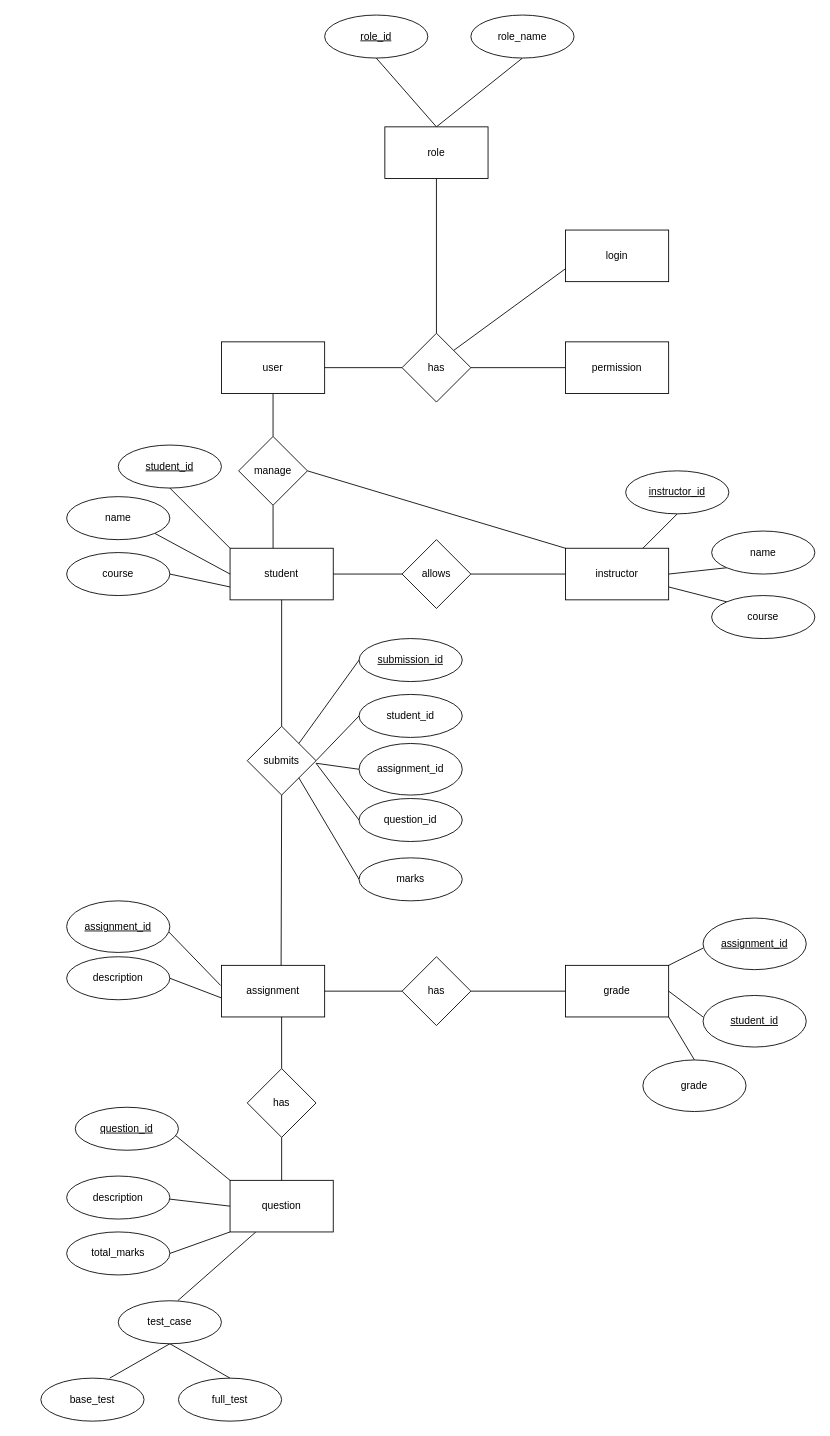
code-grade/documents keeps this draw.io diagram as ER Diagram/ER Diagram.drawio. Above is the earlier version. Source tidied: cells renumbered, new cells numbered last; positions are measured from the earlier drawing's top-left corner, leaving out a move shared by most shapes. Both pictures are drawn from the tidied source at 86%, with x=0, y=0 at pixel (40, 15).
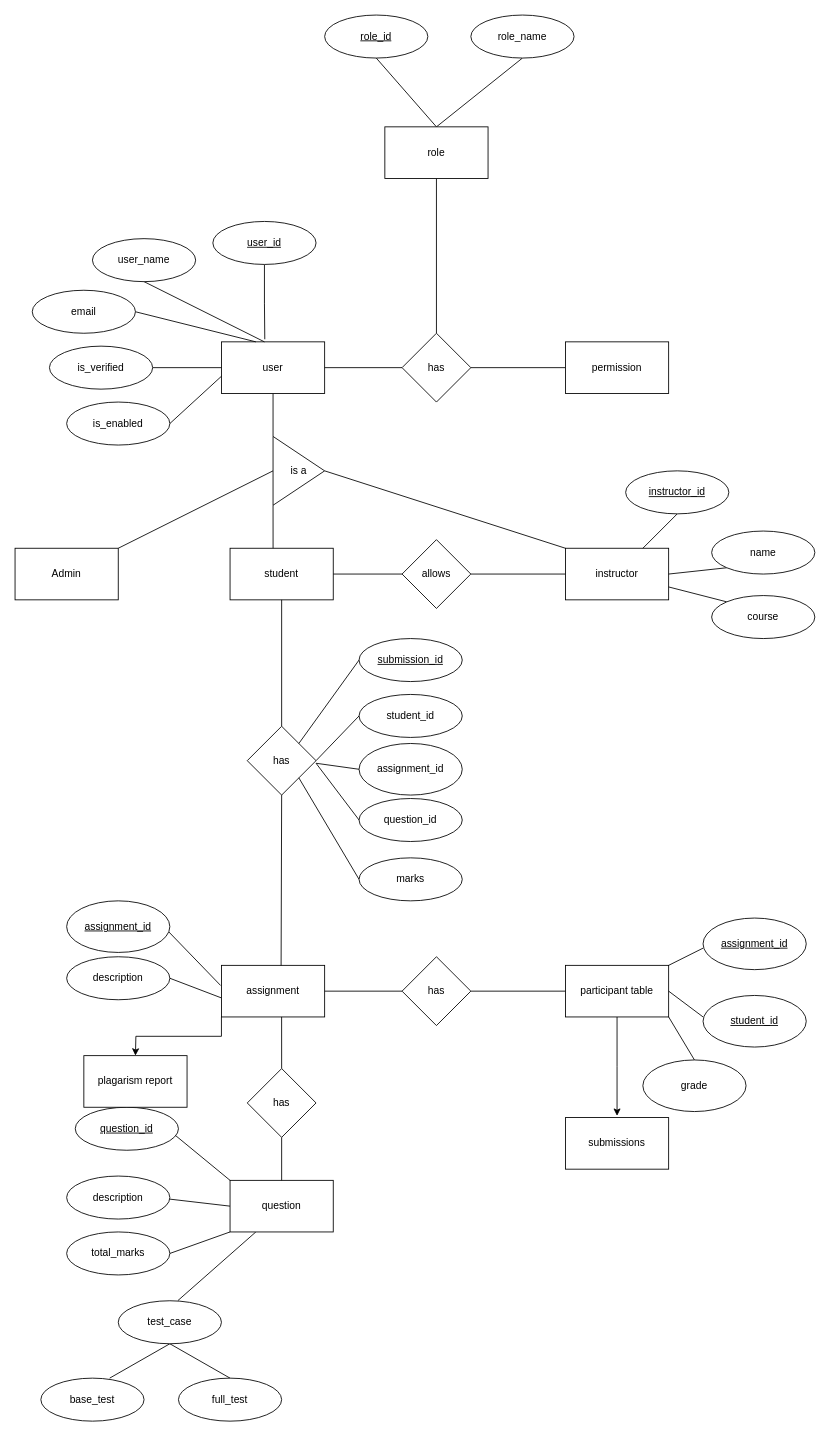
The same diagram, later.

The change refers to these unchanged cells:
```xml
<mxCell id="2" value="student" style="rounded=0;whiteSpace=wrap;html=1;" parent="1" vertex="1">
  <mxGeometry x="220" y="620" width="120" height="60" as="geometry" />
</mxCell>
<mxCell id="9" value="assignment" style="rounded=0;whiteSpace=wrap;html=1;" parent="1" vertex="1">
  <mxGeometry x="210" y="1105" width="120" height="60" as="geometry" />
</mxCell>
<mxCell id="10" value="instructor" style="rounded=0;whiteSpace=wrap;html=1;" parent="1" vertex="1">
  <mxGeometry x="610" y="620" width="120" height="60" as="geometry" />
</mxCell>
<mxCell id="52" value="user" style="rounded=0;whiteSpace=wrap;html=1;" parent="1" vertex="1">
  <mxGeometry x="210" y="380" width="120" height="60" as="geometry" />
</mxCell>
<mxCell id="60" value="has" style="rhombus;whiteSpace=wrap;html=1;" parent="1" vertex="1">
  <mxGeometry x="420" y="370" width="80" height="80" as="geometry" />
</mxCell>
```

Change to the diagram source:
```diff
@@
+    <mxCell id="80" style="edgeStyle=orthogonalEdgeStyle;rounded=0;jettySize=auto;html=1;exitX=0.5;exitY=1;exitDx=0;exitDy=0;" parent="1" edge="1" source="3">
+      <mxGeometry relative="1" as="geometry">
+        <mxPoint x="670" y="1280" as="targetPoint" />
+      </mxGeometry>
+    </mxCell>
-    <mxCell id="3" value="grade" style="rounded=0;whiteSpace=wrap;html=1;" parent="1" vertex="1">
+    <mxCell id="3" value="participant table" style="rounded=0;whiteSpace=wrap;html=1;" parent="1" vertex="1">
       <mxGeometry x="610" y="1105" width="120" height="60" as="geometry" />
     </mxCell>
@@
+    <mxCell id="81" style="edgeStyle=orthogonalEdgeStyle;rounded=0;jettySize=auto;html=1;exitX=0;exitY=1;exitDx=0;exitDy=0;" parent="1" edge="1" source="9">
+      <mxGeometry relative="1" as="geometry">
+        <mxPoint x="110" y="1210" as="targetPoint" />
+      </mxGeometry>
+    </mxCell>
@@
-    <mxCell id="11" style="rounded=0;jettySize=auto;html=1;exitX=0.5;exitY=1;exitDx=0;exitDy=0;entryX=0;entryY=0;entryDx=0;entryDy=0;endArrow=none;endFill=0;" parent="1" edge="1" source="12" target="2">
-      <mxGeometry relative="1" as="geometry" />
-    </mxCell>
-    <mxCell id="12" value="&lt;u&gt;student_id&lt;/u&gt;" style="ellipse;whiteSpace=wrap;html=1;" parent="1" vertex="1">
-      <mxGeometry x="90" y="500" width="120" height="50" as="geometry" />
-    </mxCell>
-    <mxCell id="13" style="rounded=0;jettySize=auto;html=1;exitX=1;exitY=1;exitDx=0;exitDy=0;entryX=0;entryY=0.5;entryDx=0;entryDy=0;endArrow=none;endFill=0;" parent="1" edge="1" source="14" target="2">
-      <mxGeometry relative="1" as="geometry" />
-    </mxCell>
-    <mxCell id="14" value="name" style="ellipse;whiteSpace=wrap;html=1;" parent="1" vertex="1">
-      <mxGeometry x="30" y="560" width="120" height="50" as="geometry" />
-    </mxCell>
-    <mxCell id="15" style="rounded=0;jettySize=auto;html=1;exitX=1;exitY=0.5;exitDx=0;exitDy=0;entryX=0;entryY=0.75;entryDx=0;entryDy=0;endArrow=none;endFill=0;" parent="1" edge="1" source="16" target="2">
-      <mxGeometry relative="1" as="geometry" />
-    </mxCell>
-    <mxCell id="16" value="course" style="ellipse;whiteSpace=wrap;html=1;" parent="1" vertex="1">
-      <mxGeometry x="30" y="625" width="120" height="50" as="geometry" />
-    </mxCell>
@@
-    <mxCell id="28" value="submits" style="rhombus;whiteSpace=wrap;html=1;" parent="1" vertex="1">
+    <mxCell id="28" value="has" style="rhombus;whiteSpace=wrap;html=1;" parent="1" vertex="1">
       <mxGeometry x="240" y="827" width="80" height="80" as="geometry" />
     </mxCell>
@@
-    <mxCell id="51" style="edgeStyle=none;rounded=0;jettySize=auto;html=1;exitX=0.5;exitY=1;exitDx=0;exitDy=0;entryX=0.5;entryY=0;entryDx=0;entryDy=0;endArrow=none;endFill=0;" parent="1" edge="1" source="52" target="55">
-      <mxGeometry relative="1" as="geometry" />
+    <mxCell id="51" style="edgeStyle=none;rounded=0;jettySize=auto;html=1;exitX=0.5;exitY=1;exitDx=0;exitDy=0;entryX=0.5;entryY=0;entryDx=0;entryDy=0;endArrow=none;endFill=0;" parent="1" edge="1" source="52">
+      <mxGeometry relative="1" as="geometry">
+        <mxPoint x="270" y="490" as="targetPoint" />
+      </mxGeometry>
     </mxCell>
@@
-    <mxCell id="53" style="edgeStyle=none;rounded=0;jettySize=auto;html=1;exitX=0.5;exitY=1;exitDx=0;exitDy=0;entryX=0.417;entryY=0;entryDx=0;entryDy=0;entryPerimeter=0;endArrow=none;endFill=0;" parent="1" edge="1" source="55" target="2">
-      <mxGeometry relative="1" as="geometry" />
+    <mxCell id="53" style="edgeStyle=none;rounded=0;jettySize=auto;html=1;exitX=0.5;exitY=1;exitDx=0;exitDy=0;entryX=0.417;entryY=0;entryDx=0;entryDy=0;entryPerimeter=0;endArrow=none;endFill=0;" parent="1" edge="1" target="2">
+      <mxGeometry relative="1" as="geometry">
+        <mxPoint x="270" y="570" as="sourcePoint" />
+      </mxGeometry>
     </mxCell>
-    <mxCell id="54" style="edgeStyle=none;rounded=0;jettySize=auto;html=1;exitX=1;exitY=0.5;exitDx=0;exitDy=0;entryX=0;entryY=0;entryDx=0;entryDy=0;endArrow=none;endFill=0;" parent="1" edge="1" source="55" target="10">
+    <mxCell id="54" style="edgeStyle=none;rounded=0;jettySize=auto;html=1;exitX=1;exitY=0.5;exitDx=0;exitDy=0;entryX=0;entryY=0;entryDx=0;entryDy=0;endArrow=none;endFill=0;" parent="1" edge="1" source="95" target="10">
       <mxGeometry relative="1" as="geometry" />
     </mxCell>
-    <mxCell id="55" value="manage" style="rhombus;whiteSpace=wrap;html=1;" parent="1" vertex="1">
-      <mxGeometry x="230" y="490" width="80" height="80" as="geometry" />
-    </mxCell>
@@
-    <mxCell id="59" style="edgeStyle=none;rounded=0;jettySize=auto;html=1;exitX=1;exitY=0;exitDx=0;exitDy=0;entryX=0;entryY=0.75;entryDx=0;entryDy=0;endArrow=none;endFill=0;" parent="1" edge="1" source="60" target="65">
-      <mxGeometry relative="1" as="geometry" />
-    </mxCell>
@@
-    <mxCell id="65" value="login" style="rounded=0;whiteSpace=wrap;html=1;" parent="1" vertex="1">
-      <mxGeometry x="610" y="250" width="120" height="60" as="geometry" />
-    </mxCell>
@@
+    <mxCell id="82" value="plagarism report" style="rounded=0;whiteSpace=wrap;html=1;" parent="1" vertex="1">
+      <mxGeometry x="50" y="1210" width="120" height="60" as="geometry" />
+    </mxCell>
+    <mxCell id="83" value="submissions" style="rounded=0;whiteSpace=wrap;html=1;" parent="1" vertex="1">
+      <mxGeometry x="610" y="1282" width="120" height="60" as="geometry" />
+    </mxCell>
+    <mxCell id="84" style="edgeStyle=orthogonalEdgeStyle;rounded=0;jettySize=auto;html=1;exitX=0.5;exitY=1;exitDx=0;exitDy=0;entryX=0.42;entryY=-0.05;entryDx=0;entryDy=0;entryPerimeter=0;endArrow=none;endFill=0;" parent="1" edge="1" source="85" target="52">
+      <mxGeometry relative="1" as="geometry" />
+    </mxCell>
+    <mxCell id="85" value="&lt;u&gt;user_id&lt;/u&gt;" style="ellipse;whiteSpace=wrap;html=1;" parent="1" vertex="1">
+      <mxGeometry x="200" y="240" width="120" height="50" as="geometry" />
+    </mxCell>
+    <mxCell id="86" style="rounded=0;jettySize=auto;html=1;exitX=0.5;exitY=1;exitDx=0;exitDy=0;endArrow=none;endFill=0;" parent="1" edge="1" source="87">
+      <mxGeometry relative="1" as="geometry">
+        <mxPoint x="260" y="380" as="targetPoint" />
+      </mxGeometry>
+    </mxCell>
+    <mxCell id="87" value="user_name" style="ellipse;whiteSpace=wrap;html=1;" parent="1" vertex="1">
+      <mxGeometry x="60" y="260" width="120" height="50" as="geometry" />
+    </mxCell>
+    <mxCell id="88" style="edgeStyle=none;rounded=0;jettySize=auto;html=1;exitX=1;exitY=0.5;exitDx=0;exitDy=0;endArrow=none;endFill=0;" parent="1" edge="1" source="89">
+      <mxGeometry relative="1" as="geometry">
+        <mxPoint x="250" y="380" as="targetPoint" />
+      </mxGeometry>
+    </mxCell>
+    <mxCell id="89" value="email" style="ellipse;whiteSpace=wrap;html=1;" parent="1" vertex="1">
+      <mxGeometry x="-10" y="320" width="120" height="50" as="geometry" />
+    </mxCell>
+    <mxCell id="90" style="edgeStyle=none;rounded=0;jettySize=auto;html=1;exitX=1;exitY=0.5;exitDx=0;exitDy=0;entryX=0;entryY=0.5;entryDx=0;entryDy=0;endArrow=none;endFill=0;" parent="1" edge="1" source="91" target="52">
+      <mxGeometry relative="1" as="geometry" />
+    </mxCell>
+    <mxCell id="91" value="is_verified" style="ellipse;whiteSpace=wrap;html=1;" parent="1" vertex="1">
+      <mxGeometry x="10" y="385" width="120" height="50" as="geometry" />
+    </mxCell>
+    <mxCell id="92" style="edgeStyle=none;rounded=0;jettySize=auto;html=1;exitX=1;exitY=0.5;exitDx=0;exitDy=0;endArrow=none;endFill=0;" parent="1" edge="1" source="93">
+      <mxGeometry relative="1" as="geometry">
+        <mxPoint x="210" y="420" as="targetPoint" />
+      </mxGeometry>
+    </mxCell>
+    <mxCell id="93" value="is_enabled" style="ellipse;whiteSpace=wrap;html=1;" parent="1" vertex="1">
+      <mxGeometry x="30" y="450" width="120" height="50" as="geometry" />
+    </mxCell>
+    <mxCell id="94" style="edgeStyle=none;rounded=0;jettySize=auto;html=1;exitX=0;exitY=0.5;exitDx=0;exitDy=0;entryX=1;entryY=0;entryDx=0;entryDy=0;endArrow=none;endFill=0;" parent="1" edge="1" source="95" target="96">
+      <mxGeometry relative="1" as="geometry" />
+    </mxCell>
+    <mxCell id="95" value="is a&lt;br&gt;" style="triangle;html=1;rotation=0;whiteSpace=wrap;" parent="1" vertex="1">
+      <mxGeometry x="270" y="490" width="60" height="80" as="geometry" />
+    </mxCell>
+    <mxCell id="96" value="Admin" style="rounded=0;whiteSpace=wrap;html=1;" parent="1" vertex="1">
+      <mxGeometry x="-30" y="620" width="120" height="60" as="geometry" />
+    </mxCell>
```
